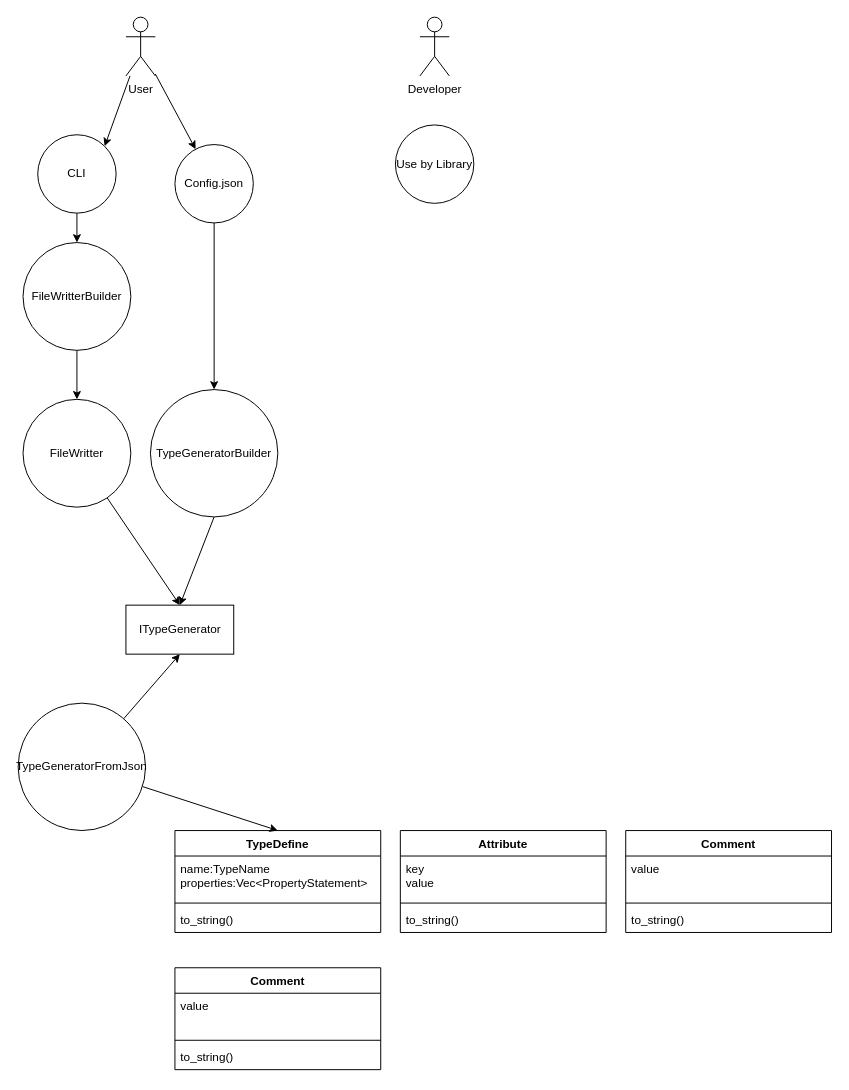
Above: docs/archtecture.dio in u-kai/type-gen (draw.io), before the change. Source tidied: cells renumbered, new cells numbered last; positions are measured from the earlier drawing's top-left corner, leaving out a move shared by most shapes. Both pictures are drawn from the tidied source at 98%, with x=0, y=0 at pixel (18, 17).
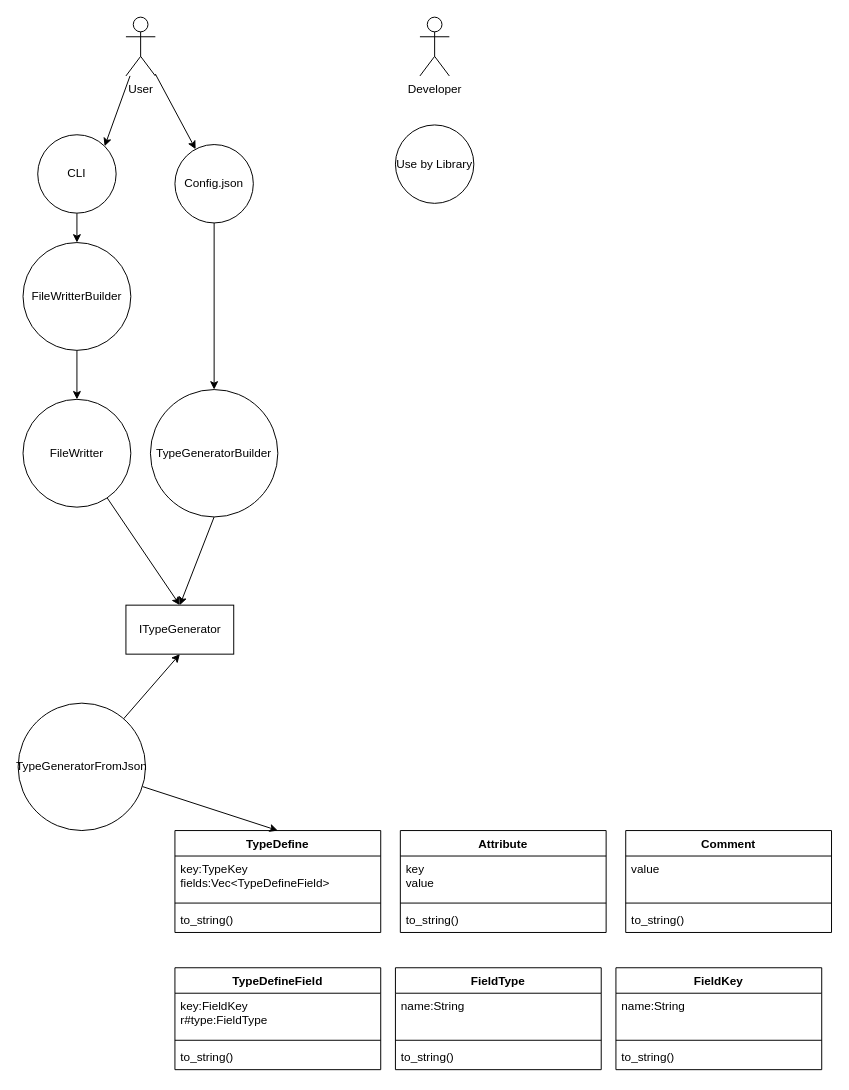
After the change.

Unchanged cells that the change refers to:
```xml
<mxCell id="11" value="TypeDefine" style="swimlane;fontStyle=1;align=center;verticalAlign=top;horizontal=1;startSize=26;" parent="1" vertex="1">
  <mxGeometry x="160" y="830" width="210" height="104" as="geometry" />
</mxCell>
```

Diff of the diagram source:
```diff
@@
-    <mxCell id="12" value="name:TypeName&#10;properties:Vec&lt;PropertyStatement&gt;&#10;" style="text;strokeColor=none;fillColor=none;align=left;verticalAlign=top;spacingLeft=4;spacingRight=4;overflow=hidden;" parent="11" vertex="1">
+    <mxCell id="12" value="key:TypeKey&#10;fields:Vec&lt;TypeDefineField&gt;&#10;" style="text;strokeColor=none;fillColor=none;align=left;verticalAlign=top;spacingLeft=4;spacingRight=4;overflow=hidden;" parent="11" vertex="1">
       <mxGeometry y="26" width="210" height="44" as="geometry" />
     </mxCell>
@@
-    <mxCell id="33" value="Comment" style="swimlane;fontStyle=1;align=center;verticalAlign=top;horizontal=1;startSize=26;" parent="1" vertex="1">
+    <mxCell id="33" value="TypeDefineField" style="swimlane;fontStyle=1;align=center;verticalAlign=top;horizontal=1;startSize=26;" parent="1" vertex="1">
       <mxGeometry x="160" y="970" width="210" height="104" as="geometry" />
     </mxCell>
-    <mxCell id="34" value="value" style="text;strokeColor=none;fillColor=none;align=left;verticalAlign=top;spacingLeft=4;spacingRight=4;overflow=hidden;" parent="33" vertex="1">
+    <mxCell id="34" value="key:FieldKey&#10;r#type:FieldType" style="text;strokeColor=none;fillColor=none;align=left;verticalAlign=top;spacingLeft=4;spacingRight=4;overflow=hidden;" parent="33" vertex="1">
       <mxGeometry y="26" width="210" height="44" as="geometry" />
     </mxCell>
@@
+    <mxCell id="37" value="FieldType" style="swimlane;fontStyle=1;align=center;verticalAlign=top;horizontal=1;startSize=26;" parent="1" vertex="1">
+      <mxGeometry x="385" y="970" width="210" height="104" as="geometry" />
+    </mxCell>
+    <mxCell id="38" value="name:String&#10;" style="text;strokeColor=none;fillColor=none;align=left;verticalAlign=top;spacingLeft=4;spacingRight=4;overflow=hidden;" parent="37" vertex="1">
+      <mxGeometry y="26" width="210" height="44" as="geometry" />
+    </mxCell>
+    <mxCell id="39" style="line;strokeWidth=1;fillColor=none;align=left;verticalAlign=middle;spacingTop=-1;spacingLeft=3;spacingRight=3;labelPosition=right;" parent="37" vertex="1">
+      <mxGeometry y="70" width="210" height="8" as="geometry" />
+    </mxCell>
+    <mxCell id="40" value="to_string()" style="text;strokeColor=none;fillColor=none;align=left;verticalAlign=top;spacingLeft=4;spacingRight=4;overflow=hidden;" parent="37" vertex="1">
+      <mxGeometry y="78" width="210" height="26" as="geometry" />
+    </mxCell>
+    <mxCell id="41" value="FieldKey" style="swimlane;fontStyle=1;align=center;verticalAlign=top;horizontal=1;startSize=26;" parent="1" vertex="1">
+      <mxGeometry x="610" y="970" width="210" height="104" as="geometry" />
+    </mxCell>
+    <mxCell id="42" value="name:String&#10;" style="text;strokeColor=none;fillColor=none;align=left;verticalAlign=top;spacingLeft=4;spacingRight=4;overflow=hidden;" parent="41" vertex="1">
+      <mxGeometry y="26" width="210" height="44" as="geometry" />
+    </mxCell>
+    <mxCell id="43" style="line;strokeWidth=1;fillColor=none;align=left;verticalAlign=middle;spacingTop=-1;spacingLeft=3;spacingRight=3;labelPosition=right;" parent="41" vertex="1">
+      <mxGeometry y="70" width="210" height="8" as="geometry" />
+    </mxCell>
+    <mxCell id="44" value="to_string()" style="text;strokeColor=none;fillColor=none;align=left;verticalAlign=top;spacingLeft=4;spacingRight=4;overflow=hidden;" parent="41" vertex="1">
+      <mxGeometry y="78" width="210" height="26" as="geometry" />
+    </mxCell>
```
